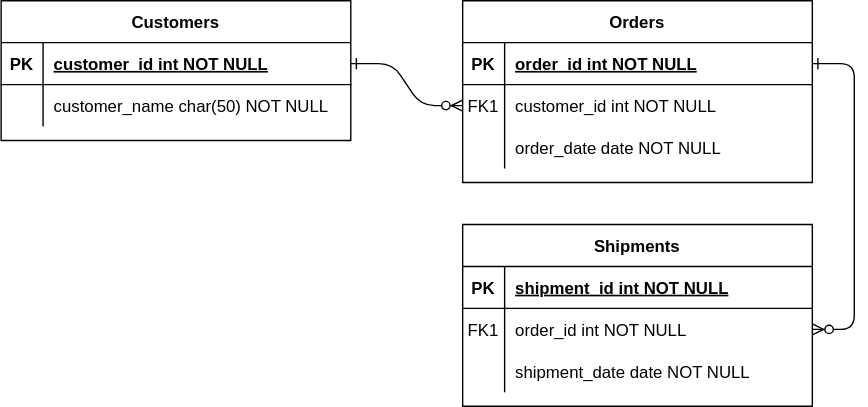
This is document/project-board-erd.svg from audmslpl/fastcampus-project-board, a draw.io export, as it was before one commit. Source tidied: cells renumbered, new cells last; positions are measured from the earlier drawing's top-left corner, leaving out a move shared by most shapes. Its diagram source:
```xml
<mxGraphModel>
  <root>
    <mxCell id="0" />
    <mxCell id="1" parent="0" />
    <mxCell id="2" style="edgeStyle=entityRelationEdgeStyle;endArrow=ERzeroToMany;startArrow=ERone;endFill=1;startFill=0;" parent="1" edge="1" source="25" target="8">
      <mxGeometry relative="1" as="geometry" />
    </mxCell>
    <mxCell id="3" style="edgeStyle=entityRelationEdgeStyle;endArrow=ERzeroToMany;startArrow=ERone;endFill=1;startFill=0;" parent="1" edge="1" source="5" target="18">
      <mxGeometry relative="1" as="geometry" />
    </mxCell>
    <mxCell id="4" value="Orders" style="shape=table;startSize=30;rowLines=0;fontStyle=1;align=center;" parent="1" vertex="1">
      <mxGeometry x="330" width="250" height="130" as="geometry" />
    </mxCell>
    <mxCell id="5" style="shape=partialRectangle;fillColor=none;points=[[0,0.5],[1,0.5]];portConstraint=eastwest;top=0;left=0;right=0;bottom=1;" parent="4" vertex="1">
      <mxGeometry y="30" width="250" height="30" as="geometry" />
    </mxCell>
    <mxCell id="6" value="PK" style="shape=partialRectangle;overflow=hidden;fillColor=none;top=0;left=0;bottom=0;right=0;fontStyle=1;" parent="5" vertex="1">
      <mxGeometry width="30" height="30" as="geometry" />
    </mxCell>
    <mxCell id="7" value="order_id int NOT NULL " style="shape=partialRectangle;overflow=hidden;fillColor=none;top=0;left=0;bottom=0;right=0;align=left;spacingLeft=6;fontStyle=5;" parent="5" vertex="1">
      <mxGeometry x="30" width="220" height="30" as="geometry" />
    </mxCell>
    <mxCell id="8" style="shape=partialRectangle;fillColor=none;points=[[0,0.5],[1,0.5]];portConstraint=eastwest;top=0;left=0;right=0;bottom=0;" parent="4" vertex="1">
      <mxGeometry y="60" width="250" height="30" as="geometry" />
    </mxCell>
    <mxCell id="9" value="FK1" style="shape=partialRectangle;overflow=hidden;fillColor=none;top=0;left=0;bottom=0;right=0;" parent="8" vertex="1">
      <mxGeometry width="30" height="30" as="geometry" />
    </mxCell>
    <mxCell id="10" value="customer_id int NOT NULL" style="shape=partialRectangle;overflow=hidden;fillColor=none;top=0;left=0;bottom=0;right=0;align=left;spacingLeft=6;" parent="8" vertex="1">
      <mxGeometry x="30" width="220" height="30" as="geometry" />
    </mxCell>
    <mxCell id="11" style="shape=partialRectangle;fillColor=none;top=0;left=0;right=0;bottom=0;" parent="4" vertex="1">
      <mxGeometry y="90" width="250" height="30" as="geometry" />
    </mxCell>
    <mxCell id="12" style="shape=partialRectangle;overflow=hidden;fillColor=none;top=0;left=0;bottom=0;right=0;" parent="11" vertex="1">
      <mxGeometry width="30" height="30" as="geometry" />
    </mxCell>
    <mxCell id="13" value="order_date date NOT NULL" style="shape=partialRectangle;overflow=hidden;fillColor=none;top=0;left=0;bottom=0;right=0;align=left;spacingLeft=6;" parent="11" vertex="1">
      <mxGeometry x="30" width="220" height="30" as="geometry" />
    </mxCell>
    <mxCell id="14" value="Shipments" style="shape=table;startSize=30;rowLines=0;fontStyle=1;align=center;" parent="1" vertex="1">
      <mxGeometry x="330" y="160" width="250" height="130" as="geometry" />
    </mxCell>
    <mxCell id="15" style="shape=partialRectangle;fillColor=none;top=0;left=0;right=0;bottom=1;" parent="14" vertex="1">
      <mxGeometry y="30" width="250" height="30" as="geometry" />
    </mxCell>
    <mxCell id="16" value="PK" style="shape=partialRectangle;overflow=hidden;fillColor=none;top=0;left=0;bottom=0;right=0;fontStyle=1;" parent="15" vertex="1">
      <mxGeometry width="30" height="30" as="geometry" />
    </mxCell>
    <mxCell id="17" value="shipment_id int NOT NULL " style="shape=partialRectangle;overflow=hidden;fillColor=none;top=0;left=0;bottom=0;right=0;align=left;spacingLeft=6;fontStyle=5;" parent="15" vertex="1">
      <mxGeometry x="30" width="220" height="30" as="geometry" />
    </mxCell>
    <mxCell id="18" style="shape=partialRectangle;fillColor=none;points=[[0,0.5],[1,0.5]];portConstraint=eastwest;top=0;left=0;right=0;bottom=0;" parent="14" vertex="1">
      <mxGeometry y="60" width="250" height="30" as="geometry" />
    </mxCell>
    <mxCell id="19" value="FK1" style="shape=partialRectangle;overflow=hidden;fillColor=none;top=0;left=0;bottom=0;right=0;" parent="18" vertex="1">
      <mxGeometry width="30" height="30" as="geometry" />
    </mxCell>
    <mxCell id="20" value="order_id int NOT NULL" style="shape=partialRectangle;overflow=hidden;fillColor=none;top=0;left=0;bottom=0;right=0;align=left;spacingLeft=6;" parent="18" vertex="1">
      <mxGeometry x="30" width="220" height="30" as="geometry" />
    </mxCell>
    <mxCell id="21" style="shape=partialRectangle;fillColor=none;top=0;left=0;right=0;bottom=0;" parent="14" vertex="1">
      <mxGeometry y="90" width="250" height="30" as="geometry" />
    </mxCell>
    <mxCell id="22" style="shape=partialRectangle;overflow=hidden;fillColor=none;top=0;left=0;bottom=0;right=0;" parent="21" vertex="1">
      <mxGeometry width="30" height="30" as="geometry" />
    </mxCell>
    <mxCell id="23" value="shipment_date date NOT NULL" style="shape=partialRectangle;overflow=hidden;fillColor=none;top=0;left=0;bottom=0;right=0;align=left;spacingLeft=6;" parent="21" vertex="1">
      <mxGeometry x="30" width="220" height="30" as="geometry" />
    </mxCell>
    <mxCell id="24" value="Customers" style="shape=table;startSize=30;rowLines=0;fontStyle=1;align=center;" parent="1" vertex="1">
      <mxGeometry width="250" height="100" as="geometry" />
    </mxCell>
    <mxCell id="25" style="shape=partialRectangle;fillColor=none;points=[[0,0.5],[1,0.5]];portConstraint=eastwest;top=0;left=0;right=0;bottom=1;" parent="24" vertex="1">
      <mxGeometry y="30" width="250" height="30" as="geometry" />
    </mxCell>
    <mxCell id="26" value="PK" style="shape=partialRectangle;overflow=hidden;fillColor=none;top=0;left=0;bottom=0;right=0;fontStyle=1;" parent="25" vertex="1">
      <mxGeometry width="30" height="30" as="geometry" />
    </mxCell>
    <mxCell id="27" value="customer_id int NOT NULL " style="shape=partialRectangle;overflow=hidden;fillColor=none;top=0;left=0;bottom=0;right=0;align=left;spacingLeft=6;fontStyle=5;" parent="25" vertex="1">
      <mxGeometry x="30" width="220" height="30" as="geometry" />
    </mxCell>
    <mxCell id="28" style="shape=partialRectangle;fillColor=none;top=0;left=0;right=0;bottom=0;" parent="24" vertex="1">
      <mxGeometry y="60" width="250" height="30" as="geometry" />
    </mxCell>
    <mxCell id="29" style="shape=partialRectangle;overflow=hidden;fillColor=none;top=0;left=0;bottom=0;right=0;" parent="28" vertex="1">
      <mxGeometry width="30" height="30" as="geometry" />
    </mxCell>
    <mxCell id="30" value="customer_name char(50) NOT NULL" style="shape=partialRectangle;overflow=hidden;fillColor=none;top=0;left=0;bottom=0;right=0;align=left;spacingLeft=6;" parent="28" vertex="1">
      <mxGeometry x="30" width="220" height="30" as="geometry" />
    </mxCell>
  </root>
</mxGraphModel>
```
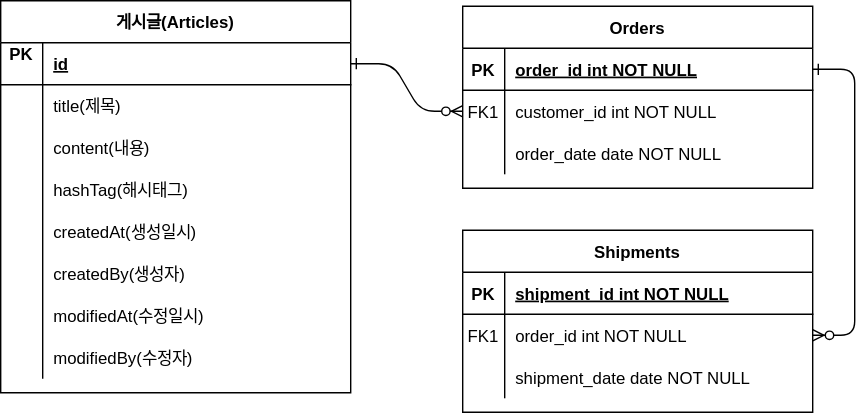
Later version of the same file.

Diff of the diagram source:
```diff
@@ -68,16 +68,16 @@
     <mxCell id="23" value="shipment_date date NOT NULL" style="shape=partialRectangle;overflow=hidden;fillColor=none;top=0;left=0;bottom=0;right=0;align=left;spacingLeft=6;" parent="21" vertex="1">
       <mxGeometry x="30" width="220" height="30" as="geometry" />
     </mxCell>
-    <mxCell id="24" value="Customers" style="shape=table;startSize=30;rowLines=0;fontStyle=1;align=center;" parent="1" vertex="1">
-      <mxGeometry width="250" height="100" as="geometry" />
+    <mxCell id="24" value="게시글(Articles)" style="shape=table;startSize=30;rowLines=0;fontStyle=1;align=center;" parent="1" vertex="1">
+      <mxGeometry y="-4" width="250" height="280" as="geometry" />
     </mxCell>
     <mxCell id="25" style="shape=partialRectangle;fillColor=none;points=[[0,0.5],[1,0.5]];portConstraint=eastwest;top=0;left=0;right=0;bottom=1;" parent="24" vertex="1">
       <mxGeometry y="30" width="250" height="30" as="geometry" />
     </mxCell>
-    <mxCell id="26" value="PK" style="shape=partialRectangle;overflow=hidden;fillColor=none;top=0;left=0;bottom=0;right=0;fontStyle=1;" parent="25" vertex="1">
+    <mxCell id="26" value="PK&#10;" style="shape=partialRectangle;overflow=hidden;fillColor=none;top=0;left=0;bottom=0;right=0;fontStyle=1;" parent="25" vertex="1">
       <mxGeometry width="30" height="30" as="geometry" />
     </mxCell>
-    <mxCell id="27" value="customer_id int NOT NULL " style="shape=partialRectangle;overflow=hidden;fillColor=none;top=0;left=0;bottom=0;right=0;align=left;spacingLeft=6;fontStyle=5;" parent="25" vertex="1">
+    <mxCell id="27" value="id" style="shape=partialRectangle;overflow=hidden;fillColor=none;top=0;left=0;bottom=0;right=0;align=left;spacingLeft=6;fontStyle=5;" parent="25" vertex="1">
       <mxGeometry x="30" width="220" height="30" as="geometry" />
     </mxCell>
     <mxCell id="28" style="shape=partialRectangle;fillColor=none;top=0;left=0;right=0;bottom=0;" parent="24" vertex="1">
@@ -86,8 +86,62 @@
     <mxCell id="29" style="shape=partialRectangle;overflow=hidden;fillColor=none;top=0;left=0;bottom=0;right=0;" parent="28" vertex="1">
       <mxGeometry width="30" height="30" as="geometry" />
     </mxCell>
-    <mxCell id="30" value="customer_name char(50) NOT NULL" style="shape=partialRectangle;overflow=hidden;fillColor=none;top=0;left=0;bottom=0;right=0;align=left;spacingLeft=6;" parent="28" vertex="1">
+    <mxCell id="30" value="title(제목)" style="shape=partialRectangle;overflow=hidden;fillColor=none;top=0;left=0;bottom=0;right=0;align=left;spacingLeft=6;" parent="28" vertex="1">
       <mxGeometry x="30" width="220" height="30" as="geometry" />
     </mxCell>
+    <mxCell id="31" style="shape=partialRectangle;fillColor=none;top=0;left=0;right=0;bottom=0;" parent="24" vertex="1">
+      <mxGeometry y="90" width="250" height="30" as="geometry" />
+    </mxCell>
+    <mxCell id="32" style="shape=partialRectangle;overflow=hidden;fillColor=none;top=0;left=0;bottom=0;right=0;" parent="31" vertex="1">
+      <mxGeometry width="30" height="30" as="geometry" />
+    </mxCell>
+    <mxCell id="33" value="content(내용)" style="shape=partialRectangle;overflow=hidden;fillColor=none;top=0;left=0;bottom=0;right=0;align=left;spacingLeft=6;" parent="31" vertex="1">
+      <mxGeometry x="30" width="220" height="30" as="geometry" />
+    </mxCell>
+    <mxCell id="34" style="shape=partialRectangle;fillColor=none;top=0;left=0;right=0;bottom=0;" parent="24" vertex="1">
+      <mxGeometry y="120" width="250" height="30" as="geometry" />
+    </mxCell>
+    <mxCell id="35" style="shape=partialRectangle;overflow=hidden;fillColor=none;top=0;left=0;bottom=0;right=0;" parent="34" vertex="1">
+      <mxGeometry width="30" height="30" as="geometry" />
+    </mxCell>
+    <mxCell id="36" value="hashTag(해시태그)" style="shape=partialRectangle;overflow=hidden;fillColor=none;top=0;left=0;bottom=0;right=0;align=left;spacingLeft=6;" parent="34" vertex="1">
+      <mxGeometry x="30" width="220" height="30" as="geometry" />
+    </mxCell>
+    <mxCell id="37" style="shape=partialRectangle;fillColor=none;top=0;left=0;right=0;bottom=0;" parent="24" vertex="1">
+      <mxGeometry y="150" width="250" height="30" as="geometry" />
+    </mxCell>
+    <mxCell id="38" style="shape=partialRectangle;overflow=hidden;fillColor=none;top=0;left=0;bottom=0;right=0;" parent="37" vertex="1">
+      <mxGeometry width="30" height="30" as="geometry" />
+    </mxCell>
+    <mxCell id="39" value="createdAt(생성일시)" style="shape=partialRectangle;overflow=hidden;fillColor=none;top=0;left=0;bottom=0;right=0;align=left;spacingLeft=6;" parent="37" vertex="1">
+      <mxGeometry x="30" width="220" height="30" as="geometry" />
+    </mxCell>
+    <mxCell id="40" style="shape=partialRectangle;fillColor=none;top=0;left=0;right=0;bottom=0;" parent="24" vertex="1">
+      <mxGeometry y="180" width="250" height="30" as="geometry" />
+    </mxCell>
+    <mxCell id="41" style="shape=partialRectangle;overflow=hidden;fillColor=none;top=0;left=0;bottom=0;right=0;" parent="40" vertex="1">
+      <mxGeometry width="30" height="30" as="geometry" />
+    </mxCell>
+    <mxCell id="42" value="createdBy(생성자)" style="shape=partialRectangle;overflow=hidden;fillColor=none;top=0;left=0;bottom=0;right=0;align=left;spacingLeft=6;" parent="40" vertex="1">
+      <mxGeometry x="30" width="220" height="30" as="geometry" />
+    </mxCell>
+    <mxCell id="43" style="shape=partialRectangle;fillColor=none;top=0;left=0;right=0;bottom=0;" parent="24" vertex="1">
+      <mxGeometry y="210" width="250" height="30" as="geometry" />
+    </mxCell>
+    <mxCell id="44" style="shape=partialRectangle;overflow=hidden;fillColor=none;top=0;left=0;bottom=0;right=0;" parent="43" vertex="1">
+      <mxGeometry width="30" height="30" as="geometry" />
+    </mxCell>
+    <mxCell id="45" value="modifiedAt(수정일시)" style="shape=partialRectangle;overflow=hidden;fillColor=none;top=0;left=0;bottom=0;right=0;align=left;spacingLeft=6;" parent="43" vertex="1">
+      <mxGeometry x="30" width="220" height="30" as="geometry" />
+    </mxCell>
+    <mxCell id="46" style="shape=partialRectangle;fillColor=none;top=0;left=0;right=0;bottom=0;" parent="24" vertex="1">
+      <mxGeometry y="240" width="250" height="30" as="geometry" />
+    </mxCell>
+    <mxCell id="47" style="shape=partialRectangle;overflow=hidden;fillColor=none;top=0;left=0;bottom=0;right=0;" parent="46" vertex="1">
+      <mxGeometry width="30" height="30" as="geometry" />
+    </mxCell>
+    <mxCell id="48" value="modifiedBy(수정자)" style="shape=partialRectangle;overflow=hidden;fillColor=none;top=0;left=0;bottom=0;right=0;align=left;spacingLeft=6;" parent="46" vertex="1">
+      <mxGeometry x="30" width="220" height="30" as="geometry" />
+    </mxCell>
   </root>
 </mxGraphModel>
```
